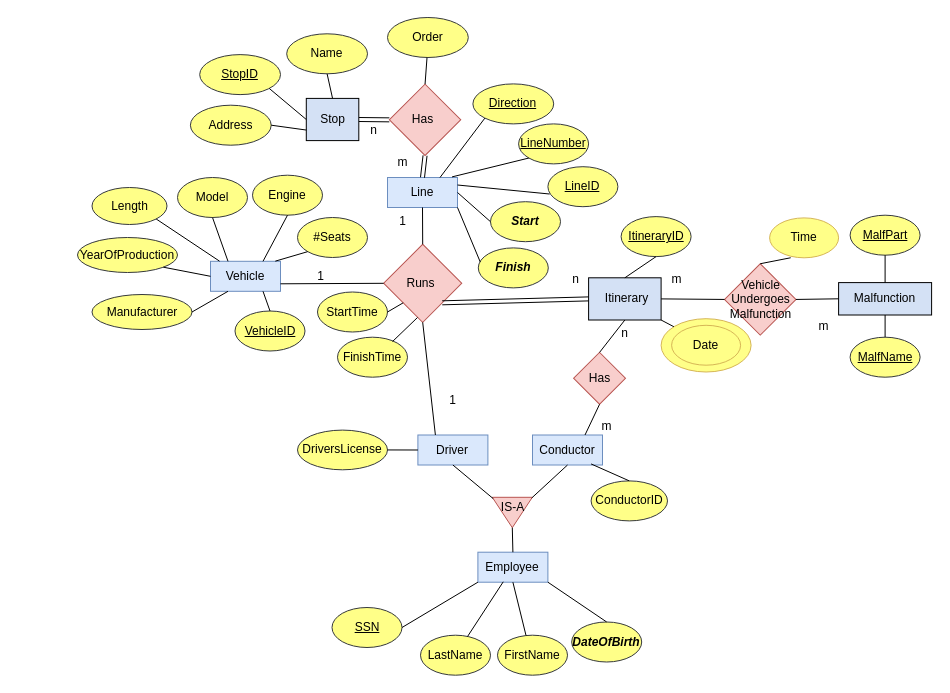
kotsos2000/kotsos2000 keeps this draw.io diagram as Untitled Diagram.drawio. Above is the earlier version. Source tidied: cells renumbered, new cells numbered last; positions are measured from the earlier drawing's top-left corner, leaving out a move shared by most shapes. Both pictures are drawn from the tidied source at 100%, with x=0, y=0 at pixel (77, 17).
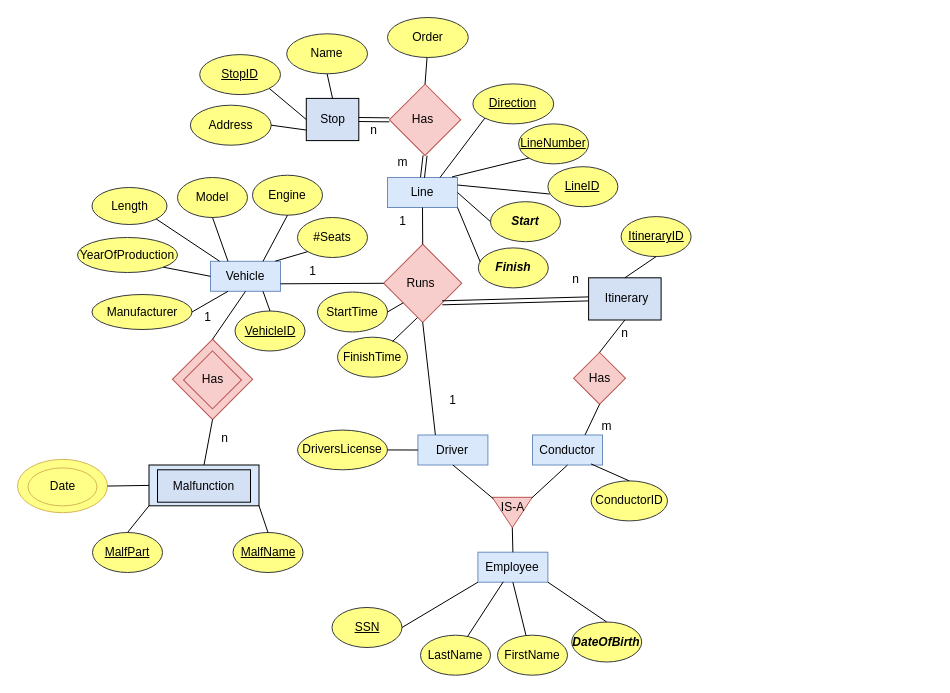
The same diagram, later.

The change refers to these unchanged cells:
```xml
<mxCell id="3" value="&lt;div&gt;Vehicle&lt;/div&gt;" style="rounded=0;whiteSpace=wrap;html=1;fillColor=#dae8fc;strokeColor=#6c8ebf;" parent="1" vertex="1">
  <mxGeometry x="133" y="243.8" width="70" height="30" as="geometry" />
</mxCell>
<mxCell id="9" style="rounded=0;whiteSpace=wrap;html=1;fillColor=#D4E1F5;" parent="1" vertex="1">
  <mxGeometry x="511.1" y="260.3" width="72.5" height="42.2" as="geometry" />
</mxCell>
```

Diff of the diagram source:
```diff
@@
+    <mxCell id="103" style="whiteSpace=wrap;html=1;fillColor=#f8cecc;rotation=45;strokeColor=#b85450;" parent="1" vertex="1">
+      <mxGeometry x="106.7" y="333.5" width="56.7" height="56.7" as="geometry" />
+    </mxCell>
+    <mxCell id="104" style="rounded=0;whiteSpace=wrap;html=1;fillColor=#dae8fc;strokeColor=default;" parent="1" vertex="1">
+      <mxGeometry x="71.5" y="447.5" width="110" height="40.8" as="geometry" />
+    </mxCell>
     <mxCell id="2" style="ellipse;whiteSpace=wrap;html=1;fillColor=#FFFF88;strokeColor=#d6b656;" parent="1" vertex="1">
-      <mxGeometry x="583.6" y="301.2" width="90" height="53.3" as="geometry" />
+      <mxGeometry x="-60" y="441.9" width="90" height="53.3" as="geometry" />
     </mxCell>
@@
     <mxCell id="11" value="Malfunction" style="rounded=0;whiteSpace=wrap;html=1;fillColor=#D4E1F5;" parent="1" vertex="1">
-      <mxGeometry x="761.1" y="265.1" width="93" height="32.4" as="geometry" />
+      <mxGeometry x="80" y="452.3" width="93" height="32.4" as="geometry" />
     </mxCell>
@@
     <mxCell id="17" style="whiteSpace=wrap;html=1;fillColor=#f8cecc;rotation=45;strokeColor=#b85450;" parent="1" vertex="1">
-      <mxGeometry x="657.5" y="256.7" width="50.5" height="50.5" as="geometry" />
+      <mxGeometry x="114.5" y="341.9" width="41" height="41" as="geometry" />
     </mxCell>
-    <mxCell id="18" value="Vehicle&lt;br&gt;Undergoes&lt;br&gt;Malfunction" style="text;html=1;align=center;verticalAlign=middle;strokeColor=none;fillColor=none;" parent="1" vertex="1">
-      <mxGeometry x="642.8" y="252" width="80" height="60" as="geometry" />
+    <mxCell id="18" value="Has" style="text;html=1;align=center;verticalAlign=middle;strokeColor=none;fillColor=none;" parent="1" vertex="1">
+      <mxGeometry x="114.5" y="346.8" width="40" height="30" as="geometry" />
     </mxCell>
     <mxCell id="19" value="&lt;u&gt;MalfPart&lt;/u&gt;" style="ellipse;whiteSpace=wrap;html=1;fillColor=#ffff88;strokeColor=#36393d;" parent="1" vertex="1">
-      <mxGeometry x="772.6" y="197.7" width="70" height="40" as="geometry" />
+      <mxGeometry x="15" y="515" width="70" height="40" as="geometry" />
     </mxCell>
-    <mxCell id="20" style="endArrow=none;html=1;rounded=0;exitX=0.5;exitY=1;exitDx=0;exitDy=0;entryX=0.5;entryY=0;entryDx=0;entryDy=0;" parent="1" edge="1" source="19" target="11">
+    <mxCell id="20" style="endArrow=none;html=1;rounded=0;entryX=0;entryY=1;entryDx=0;entryDy=0;exitX=0.5;exitY=0;exitDx=0;exitDy=0;" parent="1" edge="1" source="19" target="104">
       <mxGeometry relative="1" as="geometry" />
     </mxCell>
     <mxCell id="21" value="&lt;u&gt;MalfName&lt;/u&gt;" style="ellipse;whiteSpace=wrap;html=1;fillColor=#ffff88;strokeColor=#36393d;" parent="1" vertex="1">
-      <mxGeometry x="772.6" y="319.7" width="70" height="40" as="geometry" />
+      <mxGeometry x="155.5" y="515" width="70" height="40" as="geometry" />
     </mxCell>
-    <mxCell id="22" style="endArrow=none;html=1;rounded=0;entryX=0.5;entryY=1;entryDx=0;entryDy=0;exitX=0.5;exitY=0;exitDx=0;exitDy=0;" parent="1" edge="1" source="21" target="11">
+    <mxCell id="22" style="endArrow=none;html=1;rounded=0;entryX=1;entryY=1;entryDx=0;entryDy=0;exitX=0.5;exitY=0;exitDx=0;exitDy=0;" parent="1" edge="1" source="21" target="104">
       <mxGeometry relative="1" as="geometry" />
     </mxCell>
@@
     <mxCell id="49" value="1" style="text;html=1;align=center;verticalAlign=middle;strokeColor=none;fillColor=none;" parent="1" vertex="1">
-      <mxGeometry x="227.5" y="243.8" width="30" height="30" as="geometry" />
+      <mxGeometry x="220" y="239.1" width="30" height="30" as="geometry" />
     </mxCell>
     <mxCell id="50" value="Date" style="ellipse;whiteSpace=wrap;html=1;fillColor=#FFFF88;strokeColor=#d6b656;" parent="1" vertex="1">
-      <mxGeometry x="594.1" y="307.8" width="69" height="39.9" as="geometry" />
+      <mxGeometry x="-49.5" y="450.4" width="69" height="38" as="geometry" />
     </mxCell>
-    <mxCell id="51" style="endArrow=none;html=1;rounded=0;entryX=1;entryY=1;entryDx=0;entryDy=0;exitX=0;exitY=0;exitDx=0;exitDy=0;" parent="1" edge="1" source="2" target="9">
-      <mxGeometry relative="1" as="geometry" />
-    </mxCell>
@@
-    <mxCell id="56" value="Time" style="ellipse;whiteSpace=wrap;html=1;fillColor=#FFFF88;strokeColor=#d6b656;" parent="1" vertex="1">
-      <mxGeometry x="692.1" y="200.4" width="69" height="39.9" as="geometry" />
-    </mxCell>
-    <mxCell id="57" style="endArrow=none;html=1;rounded=0;entryX=0;entryY=0;entryDx=0;entryDy=0;exitX=0.306;exitY=0.999;exitDx=0;exitDy=0;exitPerimeter=0;" parent="1" edge="1" source="56" target="17">
-      <mxGeometry relative="1" as="geometry" />
-    </mxCell>
@@
-    <mxCell id="66" style="endArrow=none;html=1;rounded=0;entryX=1;entryY=0;entryDx=0;entryDy=0;exitX=0;exitY=0.5;exitDx=0;exitDy=0;" parent="1" edge="1" source="11" target="17">
+    <mxCell id="66" style="endArrow=none;html=1;rounded=0;exitX=0.5;exitY=0;exitDx=0;exitDy=0;entryX=1;entryY=1;entryDx=0;entryDy=0;" parent="1" edge="1" source="104" target="103">
       <mxGeometry relative="1" as="geometry" />
     </mxCell>
@@
-    <mxCell id="68" style="endArrow=none;html=1;rounded=0;entryX=1;entryY=0.5;entryDx=0;entryDy=0;exitX=0;exitY=1;exitDx=0;exitDy=0;" parent="1" edge="1" source="17" target="9">
-      <mxGeometry relative="1" as="geometry" />
-    </mxCell>
-    <mxCell id="69" value="m" style="text;html=1;align=center;verticalAlign=middle;strokeColor=none;fillColor=none;" parent="1" vertex="1">
-      <mxGeometry x="583.6" y="247" width="30" height="30" as="geometry" />
-    </mxCell>
-    <mxCell id="70" value="m" style="text;html=1;align=center;verticalAlign=middle;strokeColor=none;fillColor=none;" parent="1" vertex="1">
-      <mxGeometry x="731.1" y="293.5" width="30" height="30" as="geometry" />
+    <mxCell id="70" value="n" style="text;html=1;align=center;verticalAlign=middle;strokeColor=none;fillColor=none;" parent="1" vertex="1">
+      <mxGeometry x="131.5" y="406.3" width="30" height="30" as="geometry" />
     </mxCell>
@@
+    <mxCell id="105" style="endArrow=none;html=1;rounded=0;exitX=0.5;exitY=1;exitDx=0;exitDy=0;entryX=0;entryY=0;entryDx=0;entryDy=0;" parent="1" edge="1" source="3" target="103">
+      <mxGeometry relative="1" as="geometry" />
+    </mxCell>
+    <mxCell id="106" style="endArrow=none;html=1;rounded=0;exitX=1;exitY=0.5;exitDx=0;exitDy=0;entryX=0;entryY=0.5;entryDx=0;entryDy=0;" parent="1" edge="1" source="2" target="104">
+      <mxGeometry relative="1" as="geometry" />
+    </mxCell>
+    <mxCell id="107" value="1" style="text;html=1;align=center;verticalAlign=middle;strokeColor=none;fillColor=none;" parent="1" vertex="1">
+      <mxGeometry x="114.5" y="284.5" width="30" height="30" as="geometry" />
+    </mxCell>
```
